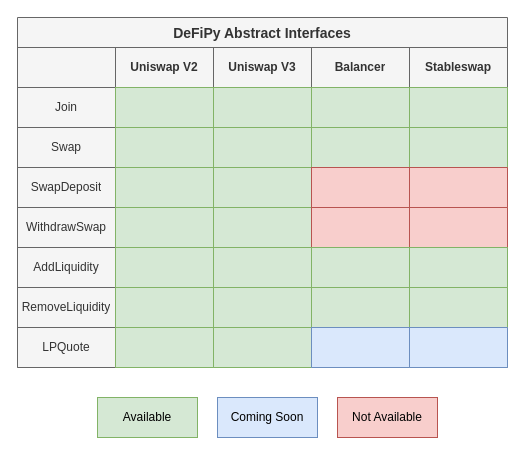
Above: docs/abstract_interface.drawio in defipy-devs/defipy-docs (draw.io), before the change. Source tidied: cells renumbered, new cells numbered last; positions are measured from the earlier drawing's top-left corner, leaving out a move shared by most shapes. Both pictures are drawn from the tidied source at 100%, with x=0, y=0 at pixel (17, 17).
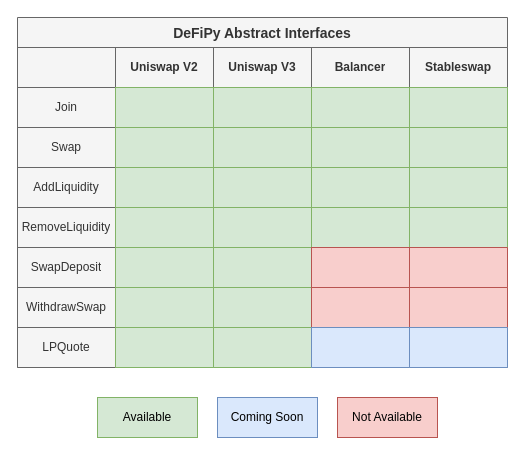
The same page after the edit.

The change refers to these unchanged cells:
```xml
<mxCell id="21" style="shape=tableRow;horizontal=0;startSize=0;swimlaneHead=0;swimlaneBody=0;strokeColor=inherit;top=0;left=0;bottom=0;right=0;fillColor=none;" parent="2" vertex="1">
  <mxGeometry y="150" width="490" height="40" as="geometry" />
</mxCell>
<mxCell id="27" style="shape=tableRow;horizontal=0;startSize=0;swimlaneHead=0;swimlaneBody=0;strokeColor=inherit;top=0;left=0;bottom=0;right=0;fillColor=none;" parent="2" vertex="1">
  <mxGeometry y="190" width="490" height="40" as="geometry" />
</mxCell>
<mxCell id="33" style="shape=tableRow;horizontal=0;startSize=0;swimlaneHead=0;swimlaneBody=0;strokeColor=inherit;top=0;left=0;bottom=0;right=0;fillColor=none;" parent="2" vertex="1">
  <mxGeometry y="230" width="490" height="40" as="geometry" />
</mxCell>
<mxCell id="39" style="shape=tableRow;horizontal=0;startSize=0;swimlaneHead=0;swimlaneBody=0;strokeColor=inherit;top=0;left=0;bottom=0;right=0;fillColor=none;" parent="2" vertex="1">
  <mxGeometry y="270" width="490" height="40" as="geometry" />
</mxCell>
```

Diff of the diagram source:
```diff
@@
-    <mxCell id="22" value="SwapDeposit" style="shape=partialRectangle;html=1;whiteSpace=wrap;strokeColor=#666666;overflow=hidden;fillColor=#f5f5f5;top=1;left=1;bottom=1;right=1;fontColor=#333333;" parent="21" vertex="1">
+    <mxCell id="22" value="AddLiquidity" style="shape=partialRectangle;html=1;whiteSpace=wrap;strokeColor=#666666;overflow=hidden;fillColor=#f5f5f5;top=1;left=1;bottom=1;right=1;fontColor=#333333;" parent="21" vertex="1">
       <mxGeometry width="98" height="40" as="geometry" />
     </mxCell>
@@
-    <mxCell id="25" style="shape=partialRectangle;html=1;whiteSpace=wrap;strokeColor=#b85450;overflow=hidden;fillColor=#f8cecc;top=1;left=1;bottom=1;right=1;" parent="21" vertex="1">
+    <mxCell id="25" style="shape=partialRectangle;html=1;whiteSpace=wrap;strokeColor=#82b366;overflow=hidden;fillColor=#d5e8d4;top=1;left=1;bottom=1;right=1;" parent="21" vertex="1">
       <mxGeometry x="294" width="98" height="40" as="geometry" />
     </mxCell>
-    <mxCell id="26" style="shape=partialRectangle;html=1;whiteSpace=wrap;strokeColor=#b85450;overflow=hidden;fillColor=#f8cecc;top=1;left=1;bottom=1;right=1;" parent="21" vertex="1">
+    <mxCell id="26" style="shape=partialRectangle;html=1;whiteSpace=wrap;strokeColor=#82b366;overflow=hidden;fillColor=#d5e8d4;top=1;left=1;bottom=1;right=1;" parent="21" vertex="1">
       <mxGeometry x="392" width="98" height="40" as="geometry" />
     </mxCell>
@@
-    <mxCell id="28" value="WithdrawSwap" style="shape=partialRectangle;html=1;whiteSpace=wrap;strokeColor=#666666;overflow=hidden;fillColor=#f5f5f5;top=1;left=1;bottom=1;right=1;fontColor=#333333;" parent="27" vertex="1">
+    <mxCell id="28" value="RemoveLiquidity" style="shape=partialRectangle;html=1;whiteSpace=wrap;strokeColor=#666666;overflow=hidden;fillColor=#f5f5f5;top=1;left=1;bottom=1;right=1;fontColor=#333333;" parent="27" vertex="1">
       <mxGeometry width="98" height="40" as="geometry" />
     </mxCell>
@@
-    <mxCell id="31" style="shape=partialRectangle;html=1;whiteSpace=wrap;strokeColor=#b85450;overflow=hidden;fillColor=#f8cecc;top=1;left=1;bottom=1;right=1;" parent="27" vertex="1">
+    <mxCell id="31" style="shape=partialRectangle;html=1;whiteSpace=wrap;strokeColor=#82b366;overflow=hidden;fillColor=#d5e8d4;top=1;left=1;bottom=1;right=1;" parent="27" vertex="1">
       <mxGeometry x="294" width="98" height="40" as="geometry" />
     </mxCell>
-    <mxCell id="32" style="shape=partialRectangle;html=1;whiteSpace=wrap;strokeColor=#b85450;overflow=hidden;fillColor=#f8cecc;top=1;left=1;bottom=1;right=1;" parent="27" vertex="1">
+    <mxCell id="32" style="shape=partialRectangle;html=1;whiteSpace=wrap;strokeColor=#82b366;overflow=hidden;fillColor=#d5e8d4;top=1;left=1;bottom=1;right=1;" parent="27" vertex="1">
       <mxGeometry x="392" width="98" height="40" as="geometry" />
     </mxCell>
@@
-    <mxCell id="34" value="AddLiquidity" style="shape=partialRectangle;html=1;whiteSpace=wrap;strokeColor=#666666;overflow=hidden;fillColor=#f5f5f5;top=1;left=1;bottom=1;right=1;fontColor=#333333;" parent="33" vertex="1">
+    <mxCell id="34" value="SwapDeposit" style="shape=partialRectangle;html=1;whiteSpace=wrap;strokeColor=#666666;overflow=hidden;fillColor=#f5f5f5;top=1;left=1;bottom=1;right=1;fontColor=#333333;" parent="33" vertex="1">
       <mxGeometry width="98" height="40" as="geometry" />
     </mxCell>
@@
-    <mxCell id="37" style="shape=partialRectangle;html=1;whiteSpace=wrap;strokeColor=#82b366;overflow=hidden;fillColor=#d5e8d4;top=1;left=1;bottom=1;right=1;" parent="33" vertex="1">
+    <mxCell id="37" style="shape=partialRectangle;html=1;whiteSpace=wrap;strokeColor=#b85450;overflow=hidden;fillColor=#f8cecc;top=1;left=1;bottom=1;right=1;" parent="33" vertex="1">
       <mxGeometry x="294" width="98" height="40" as="geometry" />
     </mxCell>
-    <mxCell id="38" style="shape=partialRectangle;html=1;whiteSpace=wrap;strokeColor=#82b366;overflow=hidden;fillColor=#d5e8d4;top=1;left=1;bottom=1;right=1;" parent="33" vertex="1">
+    <mxCell id="38" style="shape=partialRectangle;html=1;whiteSpace=wrap;strokeColor=#b85450;overflow=hidden;fillColor=#f8cecc;top=1;left=1;bottom=1;right=1;" parent="33" vertex="1">
       <mxGeometry x="392" width="98" height="40" as="geometry" />
     </mxCell>
@@
-    <mxCell id="40" value="RemoveLiquidity" style="shape=partialRectangle;html=1;whiteSpace=wrap;strokeColor=#666666;overflow=hidden;fillColor=#f5f5f5;top=1;left=1;bottom=1;right=1;fontColor=#333333;" parent="39" vertex="1">
+    <mxCell id="40" value="WithdrawSwap" style="shape=partialRectangle;html=1;whiteSpace=wrap;strokeColor=#666666;overflow=hidden;fillColor=#f5f5f5;top=1;left=1;bottom=1;right=1;fontColor=#333333;" parent="39" vertex="1">
       <mxGeometry width="98" height="40" as="geometry" />
     </mxCell>
@@
-    <mxCell id="43" style="shape=partialRectangle;html=1;whiteSpace=wrap;strokeColor=#82b366;overflow=hidden;fillColor=#d5e8d4;top=1;left=1;bottom=1;right=1;" parent="39" vertex="1">
+    <mxCell id="43" style="shape=partialRectangle;html=1;whiteSpace=wrap;strokeColor=#b85450;overflow=hidden;fillColor=#f8cecc;top=1;left=1;bottom=1;right=1;" parent="39" vertex="1">
       <mxGeometry x="294" width="98" height="40" as="geometry" />
     </mxCell>
-    <mxCell id="44" style="shape=partialRectangle;html=1;whiteSpace=wrap;strokeColor=#82b366;overflow=hidden;fillColor=#d5e8d4;top=1;left=1;bottom=1;right=1;" parent="39" vertex="1">
+    <mxCell id="44" style="shape=partialRectangle;html=1;whiteSpace=wrap;strokeColor=#b85450;overflow=hidden;fillColor=#f8cecc;top=1;left=1;bottom=1;right=1;" parent="39" vertex="1">
       <mxGeometry x="392" width="98" height="40" as="geometry" />
     </mxCell>
```
